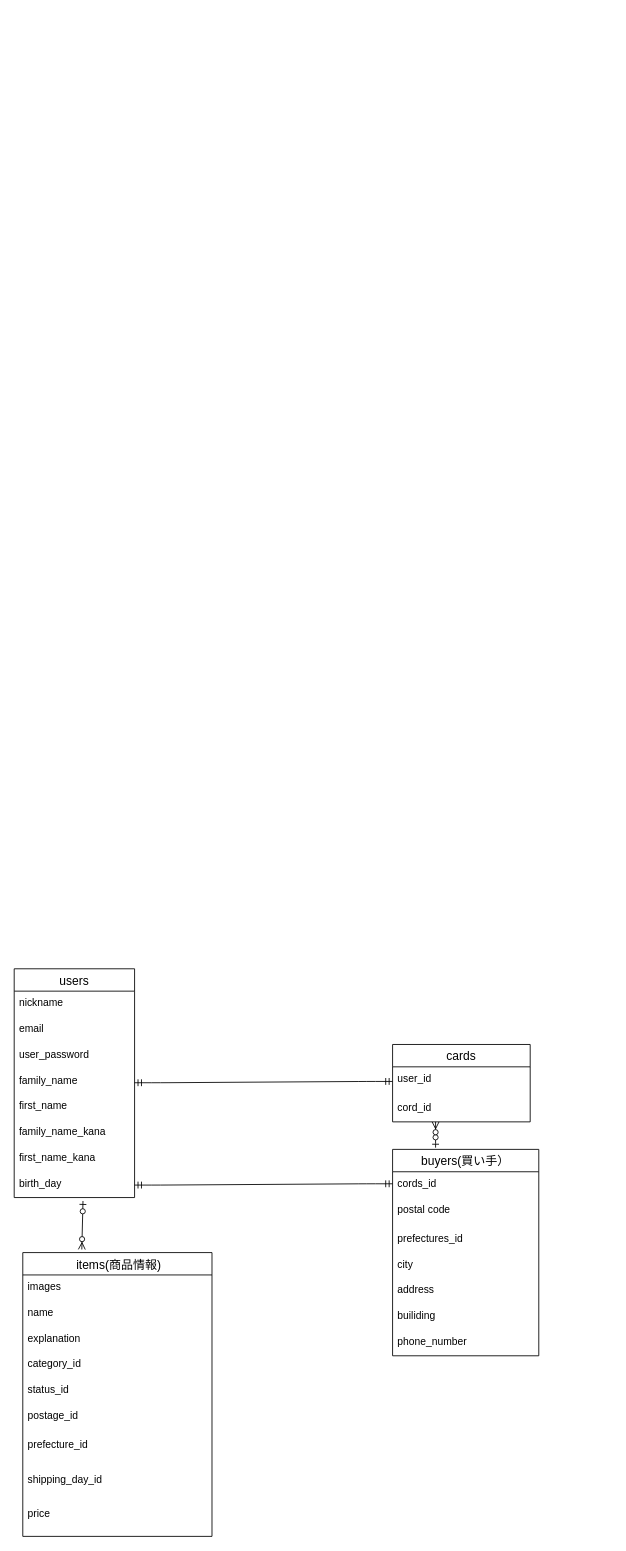
This is er.dio from chi-ino/furima-37168, a draw.io file, before an edit. Source tidied: cells renumbered, new cells numbered last; positions are measured from the earlier drawing's top-left corner, leaving out a move shared by most shapes. Both pictures are drawn from the tidied source at 86%, with x=0, y=0 at pixel (14, 968).
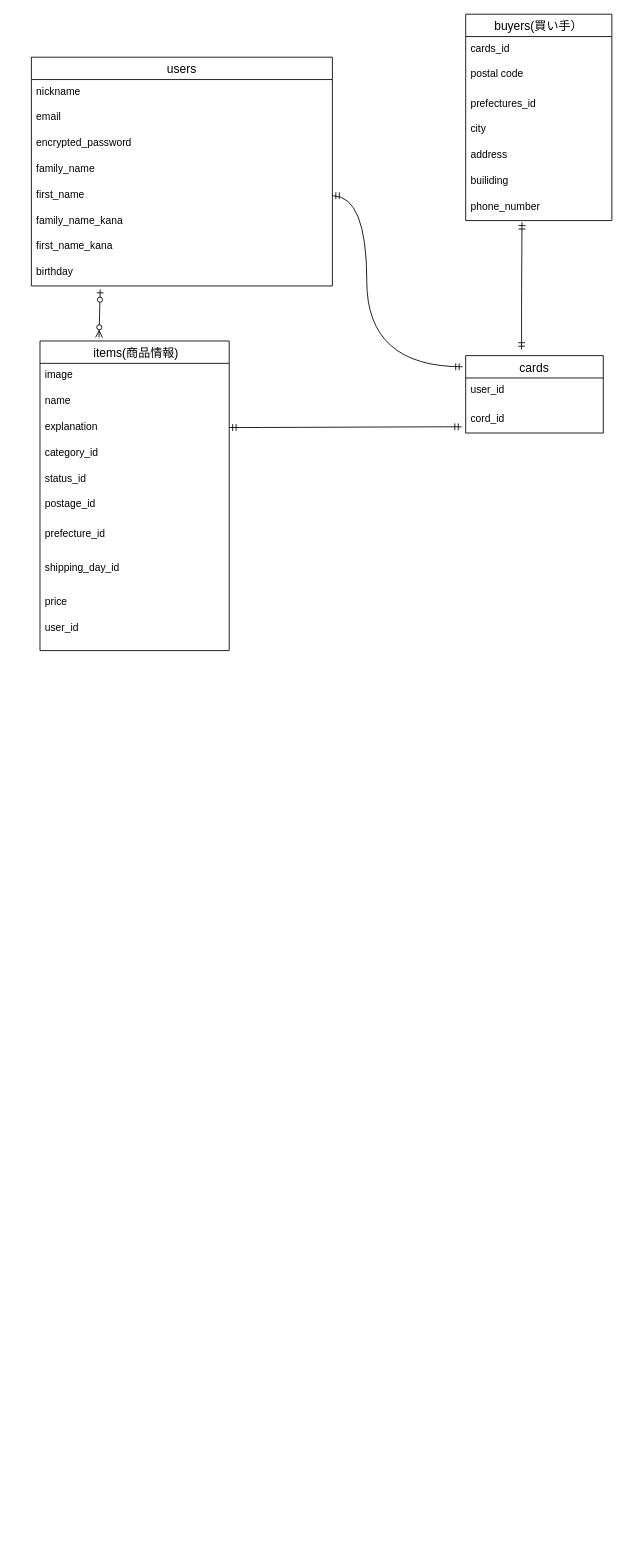
The same page after the edit.

Commit message (it also covers changes not shown here):
database_design

Unchanged cells that the change refers to:
```xml
<mxCell id="22" value="user_id&#10;" style="text;strokeColor=none;fillColor=none;spacingLeft=4;spacingRight=4;overflow=hidden;points=[[0,0.5],[1,0.5]];portConstraint=eastwest;fontSize=12;" parent="21" vertex="1">
  <mxGeometry y="26" width="160" height="34" as="geometry" />
</mxCell>
<mxCell id="23" value="cord_id" style="text;strokeColor=none;fillColor=none;spacingLeft=4;spacingRight=4;overflow=hidden;points=[[0,0.5],[1,0.5]];portConstraint=eastwest;fontSize=12;" parent="21" vertex="1">
  <mxGeometry y="60" width="160" height="30" as="geometry" />
</mxCell>
<mxCell id="31" value="phone_number" style="text;strokeColor=none;fillColor=none;spacingLeft=4;spacingRight=4;overflow=hidden;points=[[0,0.5],[1,0.5]];portConstraint=eastwest;fontSize=12;" parent="24" vertex="1">
  <mxGeometry y="210" width="170" height="30" as="geometry" />
</mxCell>
```

Change to the diagram source:
```diff
@@
     <mxCell id="2" value="users" style="swimlane;fontStyle=0;horizontal=1;startSize=26;align=center;fontSize=14;" parent="1" vertex="1">
-      <mxGeometry width="140" height="266" as="geometry" />
+      <mxGeometry x="20" y="-1060" width="350" height="266" as="geometry" />
     </mxCell>
-    <mxCell id="3" value="nickname&#10;" style="text;strokeColor=none;fillColor=none;spacingLeft=4;spacingRight=4;overflow=hidden;fontSize=12;" parent="2" vertex="1">
-      <mxGeometry y="26" width="140" height="30" as="geometry" />
+    <mxCell id="3" value="nickname" style="text;strokeColor=none;fillColor=none;spacingLeft=4;spacingRight=4;overflow=hidden;fontSize=12;" parent="2" vertex="1">
+      <mxGeometry y="26" width="350" height="30" as="geometry" />
     </mxCell>
     <mxCell id="4" value="email" style="text;strokeColor=none;fillColor=none;spacingLeft=4;spacingRight=4;overflow=hidden;fontSize=12;" parent="2" vertex="1">
-      <mxGeometry y="56" width="140" height="30" as="geometry" />
+      <mxGeometry y="56" width="350" height="30" as="geometry" />
     </mxCell>
-    <mxCell id="5" value="user_password" style="text;strokeColor=none;fillColor=none;spacingLeft=4;spacingRight=4;overflow=hidden;fontSize=12;" parent="2" vertex="1">
-      <mxGeometry y="86" width="140" height="30" as="geometry" />
+    <mxCell id="5" value="encrypted_password" style="text;strokeColor=none;fillColor=none;spacingLeft=4;spacingRight=4;overflow=hidden;fontSize=12;" parent="2" vertex="1">
+      <mxGeometry y="86" width="350" height="30" as="geometry" />
     </mxCell>
     <mxCell id="6" value="family_name" style="text;strokeColor=none;fillColor=none;spacingLeft=4;spacingRight=4;overflow=hidden;fontSize=12;" parent="2" vertex="1">
-      <mxGeometry y="116" width="140" height="30" as="geometry" />
+      <mxGeometry y="116" width="350" height="30" as="geometry" />
     </mxCell>
     <mxCell id="7" value="first_name" style="text;strokeColor=none;fillColor=none;spacingLeft=4;spacingRight=4;overflow=hidden;points=[[0,0.5],[1,0.5]];portConstraint=eastwest;fontSize=12;" parent="2" vertex="1">
-      <mxGeometry y="146" width="140" height="30" as="geometry" />
+      <mxGeometry y="146" width="350" height="30" as="geometry" />
     </mxCell>
     <mxCell id="8" value="family_name_kana" style="text;strokeColor=none;fillColor=none;spacingLeft=4;spacingRight=4;overflow=hidden;fontSize=12;" parent="2" vertex="1">
-      <mxGeometry y="176" width="140" height="30" as="geometry" />
+      <mxGeometry y="176" width="350" height="30" as="geometry" />
     </mxCell>
     <mxCell id="9" value="first_name_kana" style="text;strokeColor=none;fillColor=none;spacingLeft=4;spacingRight=4;overflow=hidden;fontSize=12;" parent="2" vertex="1">
-      <mxGeometry y="206" width="140" height="30" as="geometry" />
+      <mxGeometry y="206" width="350" height="30" as="geometry" />
     </mxCell>
-    <mxCell id="10" value="birth_day" style="text;strokeColor=none;fillColor=none;spacingLeft=4;spacingRight=4;overflow=hidden;fontSize=12;" parent="2" vertex="1">
-      <mxGeometry y="236" width="140" height="30" as="geometry" />
+    <mxCell id="10" value="birthday" style="text;strokeColor=none;fillColor=none;spacingLeft=4;spacingRight=4;overflow=hidden;fontSize=12;" parent="2" vertex="1">
+      <mxGeometry y="236" width="350" height="30" as="geometry" />
     </mxCell>
     <mxCell id="11" value=" items(商品情報)" style="swimlane;fontStyle=0;horizontal=1;startSize=26;align=center;fontSize=14;" parent="1" vertex="1">
-      <mxGeometry x="10" y="330" width="220" height="330" as="geometry" />
+      <mxGeometry x="30" y="-730" width="220" height="360" as="geometry" />
     </mxCell>
-    <mxCell id="12" value="images" style="text;strokeColor=none;fillColor=none;spacingLeft=4;spacingRight=4;overflow=hidden;fontSize=12;" parent="11" vertex="1">
+    <mxCell id="12" value="image" style="text;strokeColor=none;fillColor=none;spacingLeft=4;spacingRight=4;overflow=hidden;fontSize=12;" parent="11" vertex="1">
       <mxGeometry y="26" width="220" height="30" as="geometry" />
     </mxCell>
@@
     <mxCell id="20" value="price" style="text;strokeColor=none;fillColor=none;spacingLeft=4;spacingRight=4;overflow=hidden;fontSize=12;" parent="11" vertex="1">
-      <mxGeometry y="290" width="220" height="40" as="geometry" />
+      <mxGeometry y="290" width="220" height="30" as="geometry" />
     </mxCell>
+    <mxCell id="36" value="user_id&#10;" style="text;strokeColor=none;fillColor=none;spacingLeft=4;spacingRight=4;overflow=hidden;fontSize=12;" parent="11" vertex="1">
+      <mxGeometry y="320" width="220" height="40" as="geometry" />
+    </mxCell>
     <mxCell id="21" value="cards" style="swimlane;fontStyle=0;horizontal=1;startSize=26;align=center;fontSize=14;" parent="1" vertex="1">
-      <mxGeometry x="440" y="88" width="160" height="90" as="geometry" />
+      <mxGeometry x="525" y="-713" width="160" height="90" as="geometry" />
     </mxCell>
@@
     <mxCell id="24" value="buyers(買い手）" style="swimlane;fontStyle=0;horizontal=1;startSize=26;align=center;fontSize=14;" parent="1" vertex="1">
-      <mxGeometry x="440" y="210" width="170" height="240" as="geometry" />
+      <mxGeometry x="525" y="-1110" width="170" height="240" as="geometry" />
     </mxCell>
-    <mxCell id="25" value="cords_id&#10;" style="text;strokeColor=none;fillColor=none;spacingLeft=4;spacingRight=4;overflow=hidden;fontSize=12;" parent="24" vertex="1">
+    <mxCell id="25" value="cards_id&#10;" style="text;strokeColor=none;fillColor=none;spacingLeft=4;spacingRight=4;overflow=hidden;fontSize=12;" parent="24" vertex="1">
       <mxGeometry y="26" width="170" height="30" as="geometry" />
     </mxCell>
@@
-    <mxCell id="32" style="edgeStyle=entityRelationEdgeStyle;fontSize=12;html=1;endArrow=ERmandOne;startArrow=ERmandOne;entryX=0;entryY=0.5;entryDx=0;entryDy=0;" parent="1" edge="1" target="22">
-      <mxGeometry relative="1" as="geometry">
-        <mxPoint x="140" y="132.5" as="sourcePoint" />
-      </mxGeometry>
-    </mxCell>
     <mxCell id="33" style="fontSize=12;html=1;endArrow=ERzeroToMany;startArrow=ERzeroToOne;entryX=0.312;entryY=-0.011;entryDx=0;entryDy=0;entryPerimeter=0;" parent="1" edge="1" target="11">
       <mxGeometry relative="1" as="geometry">
-        <mxPoint x="80" y="270" as="sourcePoint" />
+        <mxPoint x="100" y="-790" as="sourcePoint" />
       </mxGeometry>
     </mxCell>
-    <mxCell id="34" style="edgeStyle=entityRelationEdgeStyle;fontSize=12;html=1;endArrow=ERmandOne;startArrow=ERmandOne;entryX=0;entryY=0.5;entryDx=0;entryDy=0;" parent="1" edge="1">
-      <mxGeometry relative="1" as="geometry">
-        <mxPoint x="140" y="251.5" as="sourcePoint" />
-        <mxPoint x="440" y="250" as="targetPoint" />
-      </mxGeometry>
-    </mxCell>
-    <mxCell id="35" style="fontSize=12;html=1;endArrow=ERzeroToMany;startArrow=ERzeroToOne;" parent="1" edge="1">
-      <mxGeometry relative="1" as="geometry">
-        <mxPoint x="490" y="208" as="sourcePoint" />
-        <mxPoint x="490" y="178" as="targetPoint" />
-        <Array as="points">
-          <mxPoint x="490" y="208" />
-          <mxPoint x="490" y="198" />
-        </Array>
-      </mxGeometry>
-    </mxCell>
+    <mxCell id="37" style="edgeStyle=orthogonalEdgeStyle;fontSize=12;html=1;endArrow=ERmandOne;startArrow=ERmandOne;entryX=0.008;entryY=-0.02;entryDx=0;entryDy=0;entryPerimeter=0;curved=1;exitX=1;exitY=0.5;exitDx=0;exitDy=0;" parent="1" edge="1" source="7">
+      <mxGeometry relative="1" as="geometry">
+        <mxPoint x="521.4" y="-700" as="targetPoint" />
+        <Array as="points">
+          <mxPoint x="410" y="-899" />
+          <mxPoint x="410" y="-700" />
+        </Array>
+      </mxGeometry>
+    </mxCell>
+    <mxCell id="38" style="edgeStyle=entityRelationEdgeStyle;fontSize=12;html=1;endArrow=ERmandOne;startArrow=ERmandOne;entryX=-0.029;entryY=0.76;entryDx=0;entryDy=0;entryPerimeter=0;" parent="1" edge="1" target="23">
+      <mxGeometry relative="1" as="geometry">
+        <mxPoint x="250" y="-629.4" as="sourcePoint" />
+      </mxGeometry>
+    </mxCell>
+    <mxCell id="39" style="fontSize=12;html=1;endArrow=ERmandOne;startArrow=ERmandOne;entryX=0.385;entryY=1.06;entryDx=0;entryDy=0;entryPerimeter=0;" parent="1" edge="1" target="31">
+      <mxGeometry relative="1" as="geometry">
+        <mxPoint x="590" y="-720" as="sourcePoint" />
+        <Array as="points">
+          <mxPoint x="590" y="-780" />
+        </Array>
+      </mxGeometry>
+    </mxCell>
```
